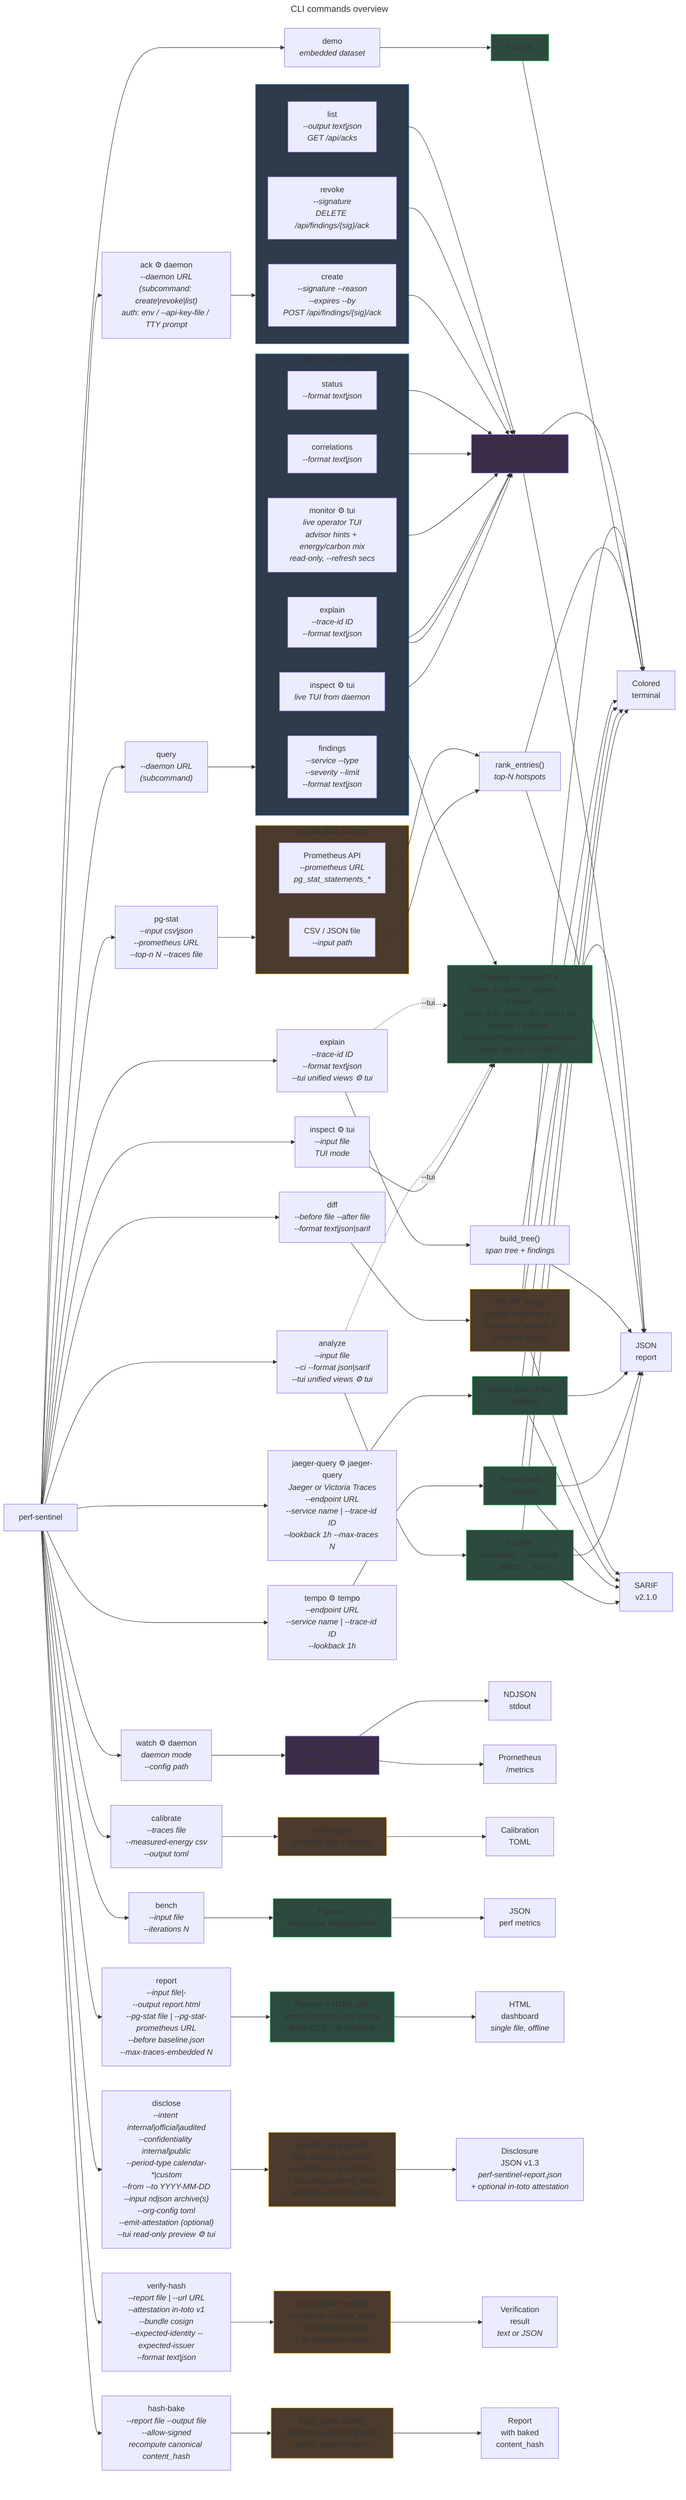
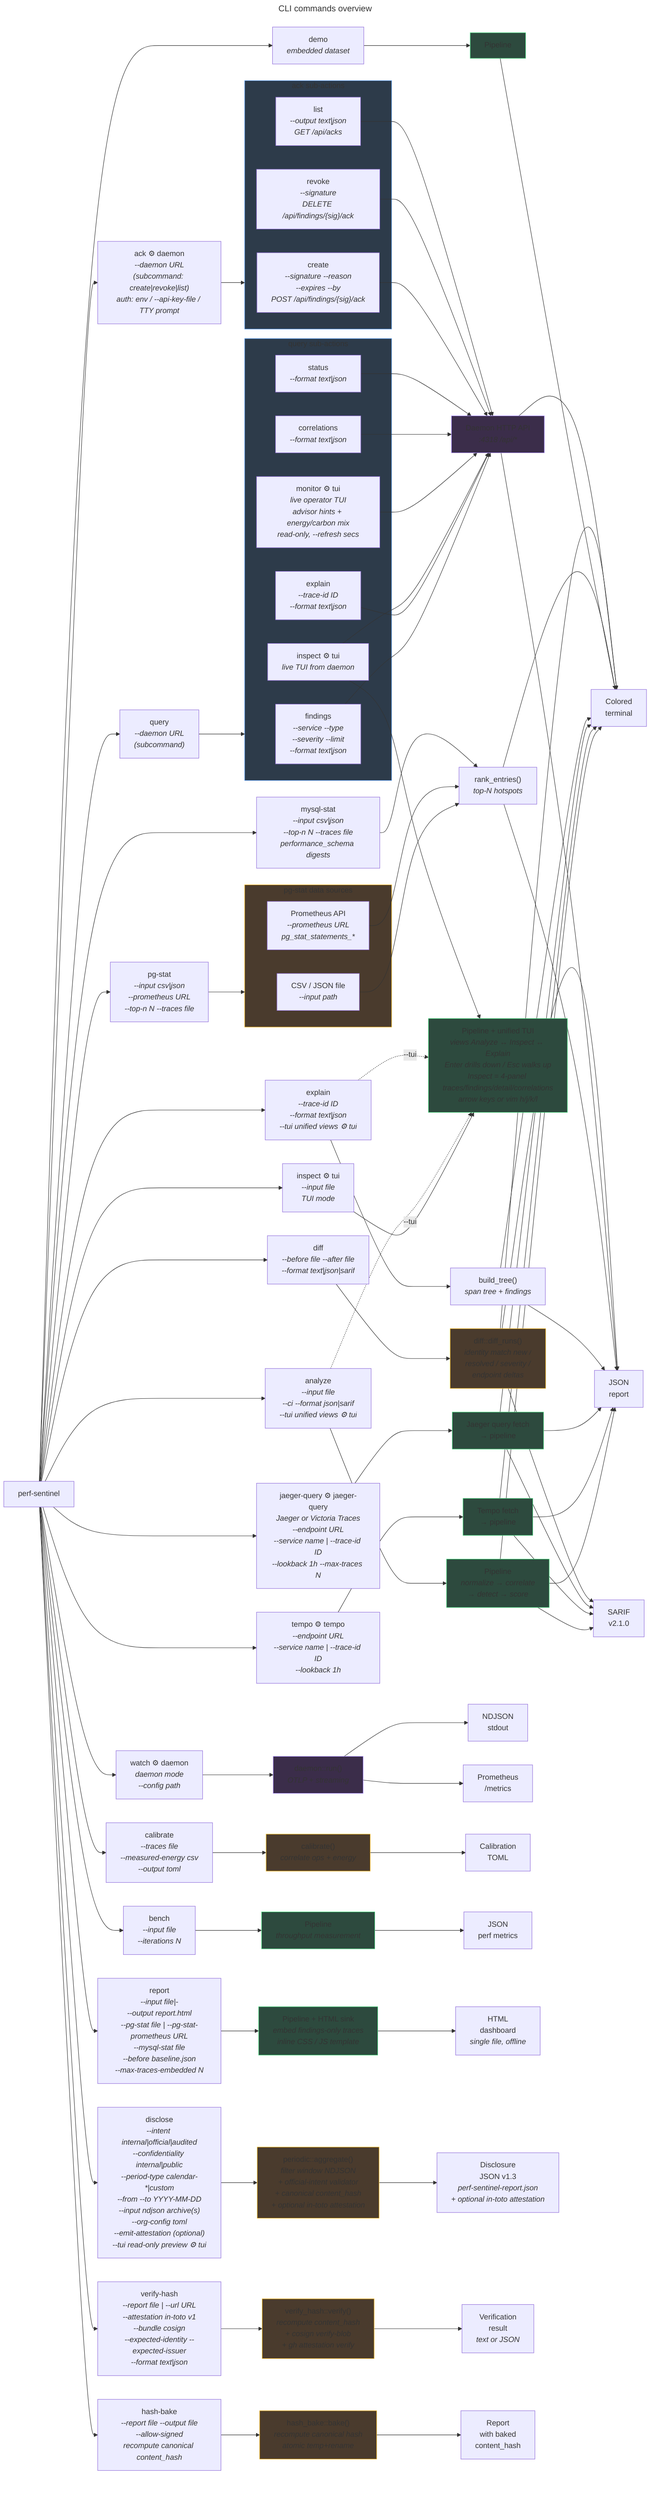
---
title: CLI commands overview
---
flowchart LR
    cli["perf-sentinel"]

    analyze["analyze<br/><i>--input file<br/>--ci --format json|sarif<br/>--tui unified views ⚙ tui</i>"]
    explain["explain<br/><i>--trace-id ID<br/>--format text|json<br/>--tui unified views ⚙ tui</i>"]
    inspect["inspect ⚙ tui<br/><i>--input file<br/>TUI mode</i>"]
    watch["watch ⚙ daemon<br/><i>daemon mode<br/>--config path</i>"]
    demo["demo<br/><i>embedded dataset</i>"]
    bench["bench<br/><i>--input file<br/>--iterations N</i>"]
    pgstat["pg-stat<br/><i>--input csv|json<br/>--prometheus URL<br/>--top-n N --traces file</i>"]
+     mysqlstat["mysql-stat<br/><i>--input csv|json<br/>--top-n N --traces file<br/>performance_schema digests</i>"]
    tempo["tempo ⚙ tempo<br/><i>--endpoint URL<br/>--service name | --trace-id ID<br/>--lookback 1h</i>"]
    jaeger_query["jaeger-query ⚙ jaeger-query<br/><i>Jaeger or Victoria Traces<br/>--endpoint URL<br/>--service name | --trace-id ID<br/>--lookback 1h --max-traces N</i>"]
    calibrate["calibrate<br/><i>--traces file<br/>--measured-energy csv<br/>--output toml</i>"]
    query["query<br/><i>--daemon URL<br/>(subcommand)</i>"]
    ack["ack ⚙ daemon<br/><i>--daemon URL<br/>(subcommand: create|revoke|list)<br/>auth: env / --api-key-file / TTY prompt</i>"]
-     report["report<br/><i>--input file|-<br/>--output report.html<br/>--pg-stat file | --pg-stat-prometheus URL<br/>--before baseline.json<br/>--max-traces-embedded N</i>"]
+     report["report<br/><i>--input file|-<br/>--output report.html<br/>--pg-stat file | --pg-stat-prometheus URL<br/>--mysql-stat file<br/>--before baseline.json<br/>--max-traces-embedded N</i>"]
    diff["diff<br/><i>--before file --after file<br/>--format text|json|sarif</i>"]
    disclose["disclose<br/><i>--intent internal|official|audited<br/>--confidentiality internal|public<br/>--period-type calendar-*|custom<br/>--from --to YYYY-MM-DD<br/>--input ndjson archive(s)<br/>--org-config toml<br/>--emit-attestation (optional)<br/>--tui read-only preview ⚙ tui</i>"]
    verify_hash["verify-hash<br/><i>--report file | --url URL<br/>--attestation in-toto v1<br/>--bundle cosign<br/>--expected-identity --expected-issuer<br/>--format text|json</i>"]
    hash_bake["hash-bake<br/><i>--report file --output file<br/>--allow-signed<br/>recompute canonical content_hash</i>"]

    analyze_pipeline["Pipeline<br/><i>normalize &rarr; correlate<br/>&rarr; detect &rarr; score</i>"]
    tempo_pipeline["Tempo fetch<br/>&rarr; pipeline"]
    jaeger_query_pipeline["Jaeger query fetch<br/>&rarr; pipeline"]
    inspect_pipeline["Pipeline + unified TUI<br/><i>views Analyze &harr; Inspect &harr; Explain<br/>Enter drills down / Esc walks up<br/>Inspect = 4-panel traces/findings/detail/correlations<br/>arrow keys or vim h/j/k/l</i>"]
    demo_pipeline["Pipeline"]
    bench_pipeline["Pipeline<br/><i>throughput measurement</i>"]
    report_pipeline["Pipeline + HTML sink<br/><i>embed findings-only traces<br/>inline CSS / JS template</i>"]
    diff_engine["diff::diff_runs()<br/><i>identity match new /<br/>resolved / severity /<br/>endpoint deltas</i>"]
    tree["build_tree()<br/><i>span tree + findings</i>"]
    daemon["daemon::run()<br/><i>OTLP + streaming</i>"]
    ranking["rank_entries()<br/><i>top-N hotspots</i>"]
    cal_engine["calibrate()<br/><i>correlate ops + energy</i>"]
    disclose_engine["periodic::aggregate()<br/><i>filter window NDJSON<br/>+ official-intent validator<br/>+ canonical content_hash<br/>+ optional in-toto attestation</i>"]
    verify_engine["verify_hash::verify()<br/><i>recompute content_hash<br/>+ cosign verify-blob<br/>+ gh attestation verify</i>"]
    hashbake_engine["hash_bake::bake()<br/><i>recompute canonical hash<br/>atomic temp+rename</i>"]

    subgraph pgstat_sources["pg-stat data sources"]
        pg_file["CSV / JSON file<br/><i>--input path</i>"]
        pg_prom["Prometheus API<br/><i>--prometheus URL<br/>pg_stat_statements_*</i>"]
    end

    subgraph query_actions["query sub-actions"]
        q_findings["findings<br/><i>--service --type<br/>--severity --limit<br/>--format text|json</i>"]
        q_explain["explain<br/><i>--trace-id ID<br/>--format text|json</i>"]
        q_inspect["inspect ⚙ tui<br/><i>live TUI from daemon</i>"]
        q_monitor["monitor ⚙ tui<br/><i>live operator TUI<br/>advisor hints + energy/carbon mix<br/>read-only, --refresh secs</i>"]
        q_correlations["correlations<br/><i>--format text|json</i>"]
        q_status["status<br/><i>--format text|json</i>"]
    end

    subgraph ack_actions["ack sub-actions"]
        a_create["create<br/><i>--signature --reason<br/>--expires --by<br/>POST /api/findings/{sig}/ack</i>"]
        a_revoke["revoke<br/><i>--signature<br/>DELETE /api/findings/{sig}/ack</i>"]
        a_list["list<br/><i>--output text|json<br/>GET /api/acks</i>"]
    end

    daemon_api["Daemon HTTP API<br/><i>:4318 /api/*</i>"]

    report_text["Colored<br/>terminal"]
    report_json["JSON<br/>report"]
    report_sarif["SARIF<br/>v2.1.0"]
    report_ndjson["NDJSON<br/>stdout"]
    report_metrics["Prometheus<br/>/metrics"]
    report_toml["Calibration<br/>TOML"]
    report_bench["JSON<br/>perf metrics"]
    report_html["HTML<br/>dashboard<br/><i>single file, offline</i>"]
    report_disclose["Disclosure<br/>JSON v1.3<br/><i>perf-sentinel-report.json<br/>+ optional in-toto attestation</i>"]
    report_verify["Verification<br/>result<br/><i>text or JSON</i>"]
    report_baked["Report<br/>with baked<br/>content_hash"]

-     cli --> analyze & explain & inspect & watch & demo & bench & pgstat & tempo & jaeger_query & calibrate & query & ack & report & diff & disclose & verify_hash & hash_bake
+     cli --> analyze & explain & inspect & watch & demo & bench & pgstat & mysqlstat & tempo & jaeger_query & calibrate & query & ack & report & diff & disclose & verify_hash & hash_bake

    analyze --> analyze_pipeline
    analyze_pipeline --> report_text
    analyze_pipeline --> report_json
    analyze_pipeline --> report_sarif

    tempo --> tempo_pipeline
    tempo_pipeline --> report_text
    tempo_pipeline --> report_json
    tempo_pipeline --> report_sarif

    jaeger_query --> jaeger_query_pipeline
    jaeger_query_pipeline --> report_text
    jaeger_query_pipeline --> report_json
    jaeger_query_pipeline --> report_sarif

    explain --> tree
    tree --> report_text
    tree --> report_json

    inspect --> inspect_pipeline
    analyze -.->|--tui| inspect_pipeline
    explain -.->|--tui| inspect_pipeline

    watch --> daemon
    daemon --> report_ndjson
    daemon --> report_metrics

    demo --> demo_pipeline --> report_text

    bench --> bench_pipeline --> report_bench

    pgstat --> pgstat_sources
    pg_file --> ranking
    pg_prom --> ranking
+     mysqlstat --> ranking
    ranking --> report_text
    ranking --> report_json

    calibrate --> cal_engine --> report_toml

    query --> query_actions
    q_findings --> daemon_api
    q_explain --> daemon_api
    q_inspect --> daemon_api
    q_monitor --> daemon_api
    q_correlations --> daemon_api
    q_status --> daemon_api
    daemon_api --> report_text
    daemon_api --> report_json
    q_inspect --> inspect_pipeline

    ack --> ack_actions
    a_create --> daemon_api
    a_revoke --> daemon_api
    a_list --> daemon_api

    report --> report_pipeline
    report_pipeline --> report_html

    diff --> diff_engine
    diff_engine --> report_text
    diff_engine --> report_json
    diff_engine --> report_sarif

    disclose --> disclose_engine --> report_disclose
    verify_hash --> verify_engine --> report_verify
    hash_bake --> hashbake_engine --> report_baked

    style analyze_pipeline fill:#2d4a3e,stroke:#4ade80
    style tempo_pipeline fill:#2d4a3e,stroke:#4ade80
    style jaeger_query_pipeline fill:#2d4a3e,stroke:#4ade80
    style demo_pipeline fill:#2d4a3e,stroke:#4ade80
    style bench_pipeline fill:#2d4a3e,stroke:#4ade80
    style inspect_pipeline fill:#2d4a3e,stroke:#4ade80
    style report_pipeline fill:#2d4a3e,stroke:#4ade80
    style diff_engine fill:#4a3b2d,stroke:#fbbf24
    style cal_engine fill:#4a3b2d,stroke:#fbbf24
    style daemon fill:#3b2d4a,stroke:#a78bfa
    style query_actions fill:#2d3b4a,stroke:#60a5fa
    style ack_actions fill:#2d3b4a,stroke:#60a5fa
    style pgstat_sources fill:#4a3b2d,stroke:#fbbf24
    style daemon_api fill:#3b2d4a,stroke:#a78bfa
    style disclose_engine fill:#4a3b2d,stroke:#fbbf24
    style verify_engine fill:#4a3b2d,stroke:#fbbf24
    style hashbake_engine fill:#4a3b2d,stroke:#fbbf24
